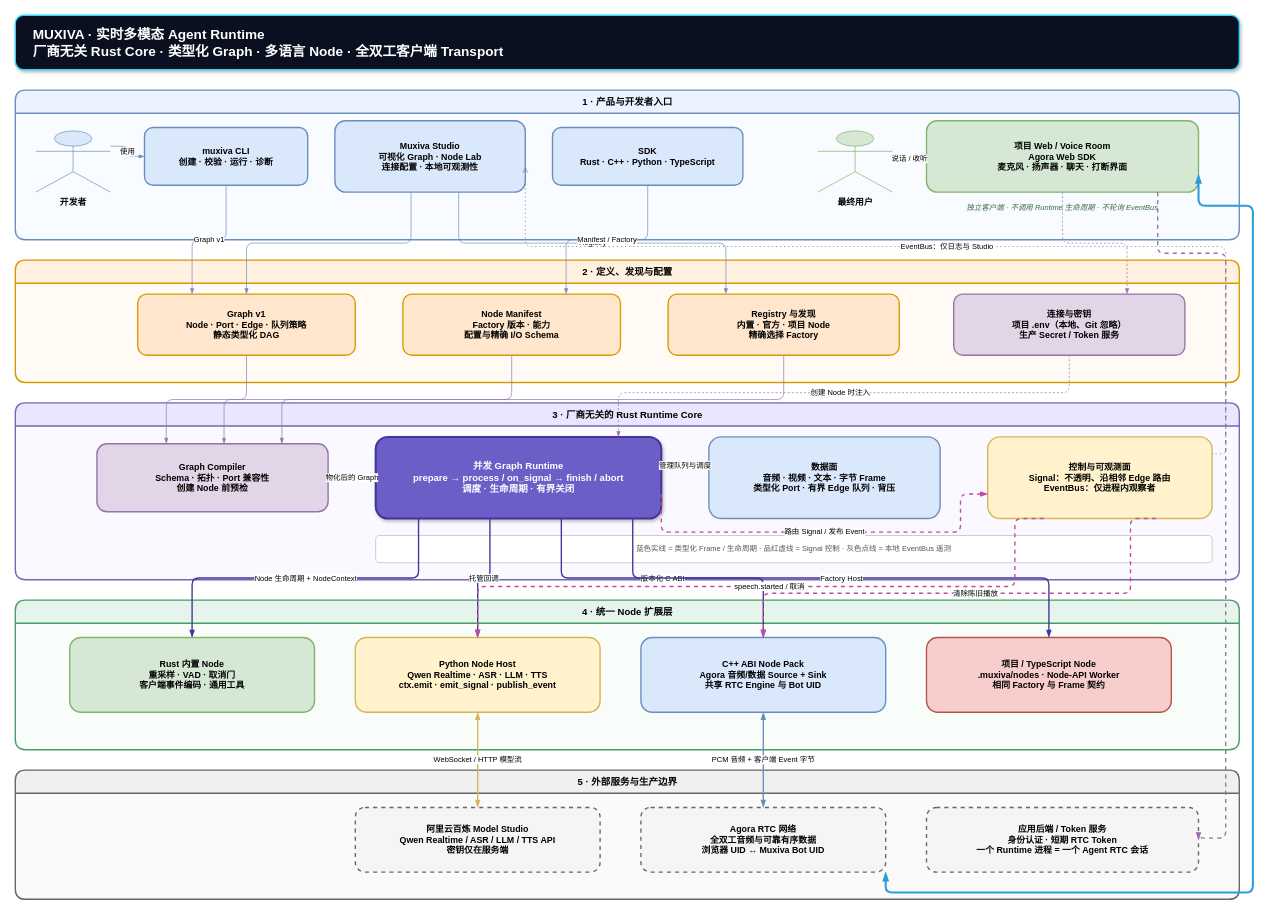
Before: docs/site/zh/assets/architecture/muxiva-system-overview.drawio in PiyotaHu/Voxa, a draw.io diagram. Source tidied: cells renumbered, new cells numbered last; positions are measured from the earlier drawing's top-left corner, leaving out a move shared by most shapes. Both pictures are drawn from the tidied source at 68%, with x=0, y=0 at pixel (15, 15).
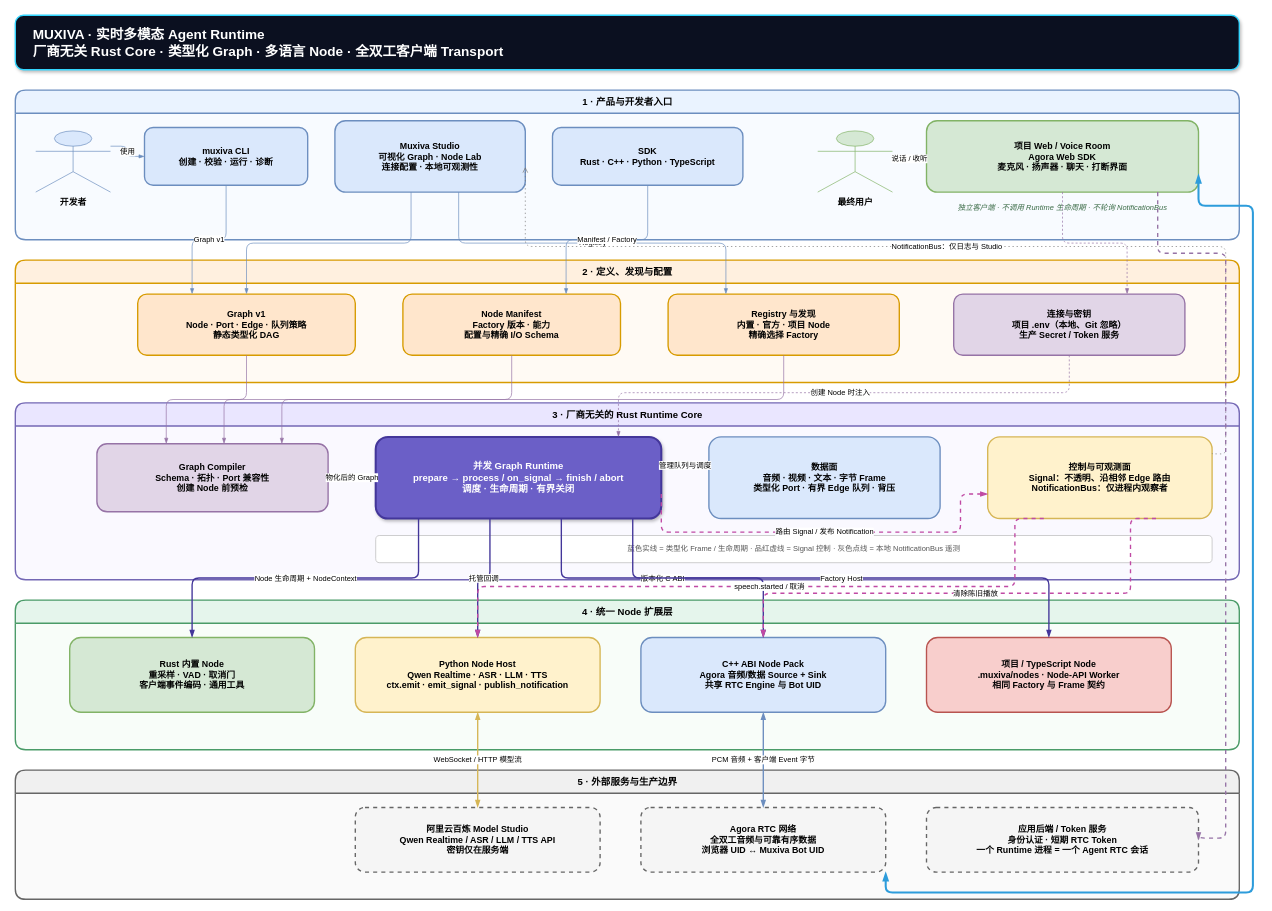
The same page after the edit.

Unchanged cells that the change refers to:
```xml
<mxCell id="3" value="1 · 产品与开发者入口" style="swimlane;startSize=34;rounded=1;html=1;fontStyle=1;fontSize=14;fillColor=#EAF3FF;swimlaneFillColor=#F8FBFF;strokeColor=#6C8EBF;strokeWidth=2;" parent="1" vertex="1">
  <mxGeometry y="110" width="1800" height="220" as="geometry" />
</mxCell>
<mxCell id="6" value="Muxiva Studio&#10;可视化 Graph · Node Lab&#10;连接配置 · 本地可观测性" style="rounded=1;whiteSpace=wrap;html=1;fillColor=#DAE8FC;strokeColor=#6C8EBF;strokeWidth=2;fontSize=13;fontStyle=1;" parent="3" vertex="1">
  <mxGeometry x="470" y="45" width="280" height="105" as="geometry" />
</mxCell>
<mxCell id="16" value="3 · 厂商无关的 Rust Runtime Core" style="swimlane;startSize=34;rounded=1;html=1;fontStyle=1;fontSize=14;fillColor=#EAE6FF;swimlaneFillColor=#FAF9FF;strokeColor=#7367B4;strokeWidth=2;" parent="1" vertex="1">
  <mxGeometry y="570" width="1800" height="260" as="geometry" />
</mxCell>
<mxCell id="18" value="并发 Graph Runtime&#10;prepare → process / on_signal → finish / abort&#10;调度 · 生命周期 · 有界关闭" style="rounded=1;whiteSpace=wrap;html=1;fillColor=#6B5FC7;strokeColor=#43369A;strokeWidth=3;fontColor=#FFFFFF;fontSize=14;fontStyle=1;shadow=1;" parent="16" vertex="1">
  <mxGeometry x="530" y="50" width="420" height="120" as="geometry" />
</mxCell>
<mxCell id="22" value="4 · 统一 Node 扩展层" style="swimlane;startSize=34;rounded=1;html=1;fontStyle=1;fontSize=14;fillColor=#E5F5EC;swimlaneFillColor=#F8FDF9;strokeColor=#4A9B68;strokeWidth=2;" parent="1" vertex="1">
  <mxGeometry y="860" width="1800" height="220" as="geometry" />
</mxCell>
```

Diff of the diagram source:
```diff
@@
-    <mxCell id="10" value="独立客户端 · 不调用 Runtime 生命周期 · 不轮询 EventBus" style="text;whiteSpace=wrap;html=1;align=center;verticalAlign=middle;fontColor=#3A6B46;fontSize=11;fontStyle=2;" parent="3" vertex="1">
+    <mxCell id="10" value="独立客户端 · 不调用 Runtime 生命周期 · 不轮询 NotificationBus" style="text;whiteSpace=wrap;html=1;align=center;verticalAlign=middle;fontColor=#3A6B46;fontSize=11;fontStyle=2;" parent="3" vertex="1">
       <mxGeometry x="1340" y="160" width="400" height="25" as="geometry" />
     </mxCell>
@@
-    <mxCell id="20" value="控制与可观测面&#10;Signal：不透明、沿相邻 Edge 路由&#10;EventBus：仅进程内观察者" style="rounded=1;whiteSpace=wrap;html=1;fillColor=#FFF2CC;strokeColor=#D6B656;strokeWidth=2;fontSize=13;fontStyle=1;" parent="16" vertex="1">
+    <mxCell id="20" value="控制与可观测面&#10;Signal：不透明、沿相邻 Edge 路由&#10;NotificationBus：仅进程内观察者" style="rounded=1;whiteSpace=wrap;html=1;fillColor=#FFF2CC;strokeColor=#D6B656;strokeWidth=2;fontSize=13;fontStyle=1;" parent="16" vertex="1">
       <mxGeometry x="1430" y="50" width="330" height="120" as="geometry" />
     </mxCell>
-    <mxCell id="21" value="蓝色实线 = 类型化 Frame / 生命周期    ·    品红虚线 = Signal 控制    ·    灰色点线 = 本地 EventBus 遥测" style="rounded=1;whiteSpace=wrap;html=1;fillColor=#FFFFFF;strokeColor=#B8B8B8;fontColor=#555555;fontSize=11;align=center;" parent="16" vertex="1">
+    <mxCell id="21" value="蓝色实线 = 类型化 Frame / 生命周期    ·    品红虚线 = Signal 控制    ·    灰色点线 = 本地 NotificationBus 遥测" style="rounded=1;whiteSpace=wrap;html=1;fillColor=#FFFFFF;strokeColor=#B8B8B8;fontColor=#555555;fontSize=11;align=center;" parent="16" vertex="1">
       <mxGeometry x="530" y="195" width="1230" height="40" as="geometry" />
     </mxCell>
@@
-    <mxCell id="24" value="Python Node Host&#10;Qwen Realtime · ASR · LLM · TTS&#10;ctx.emit · emit_signal · publish_event" style="rounded=1;whiteSpace=wrap;html=1;fillColor=#FFF2CC;strokeColor=#D6B656;strokeWidth=2;fontSize=13;fontStyle=1;" parent="22" vertex="1">
+    <mxCell id="24" value="Python Node Host&#10;Qwen Realtime · ASR · LLM · TTS&#10;ctx.emit · emit_signal · publish_notification" style="rounded=1;whiteSpace=wrap;html=1;fillColor=#FFF2CC;strokeColor=#D6B656;strokeWidth=2;fontSize=13;fontStyle=1;" parent="22" vertex="1">
       <mxGeometry x="500" y="55" width="360" height="110" as="geometry" />
     </mxCell>
@@
-    <mxCell id="44" value="路由 Signal / 发布 Event" style="edgeStyle=orthogonalEdgeStyle;rounded=1;jettySize=auto;html=1;endArrow=blockThin;endFill=1;strokeColor=#C04AA4;dashed=1;strokeWidth=2;labelBackgroundColor=#FFFFFF;fontSize=11;exitX=1;exitY=0.7;entryX=0;entryY=0.7;" parent="1" edge="1" source="18" target="20">
+    <mxCell id="44" value="路由 Signal / 发布 Notification" style="edgeStyle=orthogonalEdgeStyle;rounded=1;jettySize=auto;html=1;endArrow=blockThin;endFill=1;strokeColor=#C04AA4;dashed=1;strokeWidth=2;labelBackgroundColor=#FFFFFF;fontSize=11;exitX=1;exitY=0.7;entryX=0;entryY=0.7;" parent="1" edge="1" source="18" target="20">
       <mxGeometry relative="1" as="geometry">
         <Array as="points">
           <mxPoint x="950" y="760" />
           <mxPoint x="1390" y="760" />
         </Array>
       </mxGeometry>
     </mxCell>
@@
-    <mxCell id="51" value="EventBus：仅日志与 Studio" style="edgeStyle=orthogonalEdgeStyle;rounded=1;jettySize=auto;html=1;endArrow=open;endFill=0;strokeColor=#777777;dashed=1;dashPattern=2 4;labelBackgroundColor=#FFFFFF;fontSize=11;exitX=1;exitY=0.2;entryX=1;entryY=0.65;" parent="1" edge="1" source="20" target="6">
+    <mxCell id="51" value="NotificationBus：仅日志与 Studio" style="edgeStyle=orthogonalEdgeStyle;rounded=1;jettySize=auto;html=1;endArrow=open;endFill=0;strokeColor=#777777;dashed=1;dashPattern=2 4;labelBackgroundColor=#FFFFFF;fontSize=11;exitX=1;exitY=0.2;entryX=1;entryY=0.65;" parent="1" edge="1" source="20" target="6">
       <mxGeometry relative="1" as="geometry">
         <Array as="points">
           <mxPoint x="1780" y="645" />
           <mxPoint x="1780" y="340" />
           <mxPoint x="750" y="340" />
         </Array>
       </mxGeometry>
     </mxCell>
```
